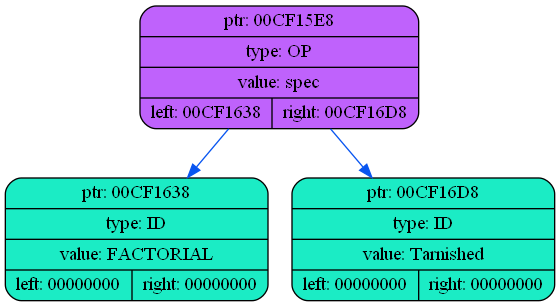
coffee8cat/Elden-language keeps this Graphviz diagram as dump/dump2.png. Above is the earlier version. Its source is kept beside it as dump/dump2.dot.
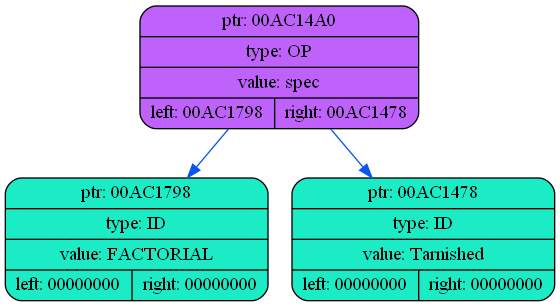
Later version of the same file.

Diff of the diagram source:
```diff
@@ -2,9 +2,9 @@
 {
     rankdir=TP
 
-        node00CF15E8[shape=record,style="rounded,filled",fillcolor="#BF62FC",label="{ ptr: 00CF15E8 | type: OP | value: spec| { left: 00CF1638 | right: 00CF16D8 }}"];
-    node00CF15E8 -> node00CF1638[color="#0855F0"]
-    node00CF1638[shape=record,style="rounded,filled",fillcolor="#1BECC5",label="{ ptr: 00CF1638 | type: ID | value: FACTORIAL| { left: 00000000 | right: 00000000 }}"];
-    node00CF15E8 -> node00CF16D8[color="#0855F0"]
-    node00CF16D8[shape=record,style="rounded,filled",fillcolor="#1BECC5",label="{ ptr: 00CF16D8 | type: ID | value: Tarnished| { left: 00000000 | right: 00000000 }}"];
+        node00AC14A0[shape=record,style="rounded,filled",fillcolor="#BF62FC",label="{ ptr: 00AC14A0 | type: OP | value: spec| { left: 00AC1798 | right: 00AC1478 }}"];
+    node00AC14A0 -> node00AC1798[color="#0855F0"]
+    node00AC1798[shape=record,style="rounded,filled",fillcolor="#1BECC5",label="{ ptr: 00AC1798 | type: ID | value: FACTORIAL| { left: 00000000 | right: 00000000 }}"];
+    node00AC14A0 -> node00AC1478[color="#0855F0"]
+    node00AC1478[shape=record,style="rounded,filled",fillcolor="#1BECC5",label="{ ptr: 00AC1478 | type: ID | value: Tarnished| { left: 00000000 | right: 00000000 }}"];
 }
```
